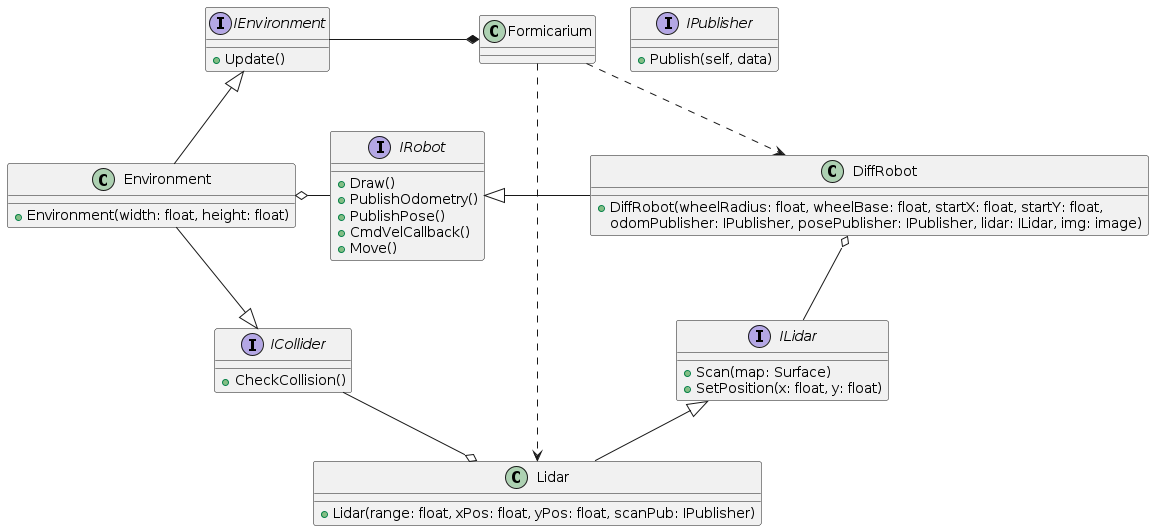
This is design/Classdiagram.png from TeamSolenopsis/Formicarium, a PlantUML export, as it was before one commit. Its diagram source:
```plantuml
@startuml

class Formicarium{

}

interface IEnvironment{
    +Update()
}

interface ICollider{
    +CheckCollision()
}

class Environment{
    +Environment(width: float, height: float)
}

interface IPublisher{
    +Publish(self, data)
}

interface IRobot{
    +Draw()
    +PublishOdometry()
    +PublishPose()
    +CmdVelCallback()
    +Move()
}

class DiffRobot{
    +DiffRobot(wheelRadius: float, wheelBase: float, startX: float, startY: float,
                 odomPublisher: IPublisher, posePublisher: IPublisher, lidar: ILidar, img: image)
}

interface ILidar{
    +Scan(map: Surface)
    +SetPosition(x: float, y: float)
}

class Lidar{
    +Lidar(range: float, xPos: float, yPos: float, scanPub: IPublisher)
}

IEnvironment <|-- Environment
ICollider <|-left- Environment
Formicarium *-left- IEnvironment
Environment o-right- IRobot

Formicarium ..> Lidar
Formicarium ..> DiffRobot

IRobot <|-right- DiffRobot
ILidar <|-- Lidar
DiffRobot o-- ILidar
Lidar o-left- ICollider



@enduml
```
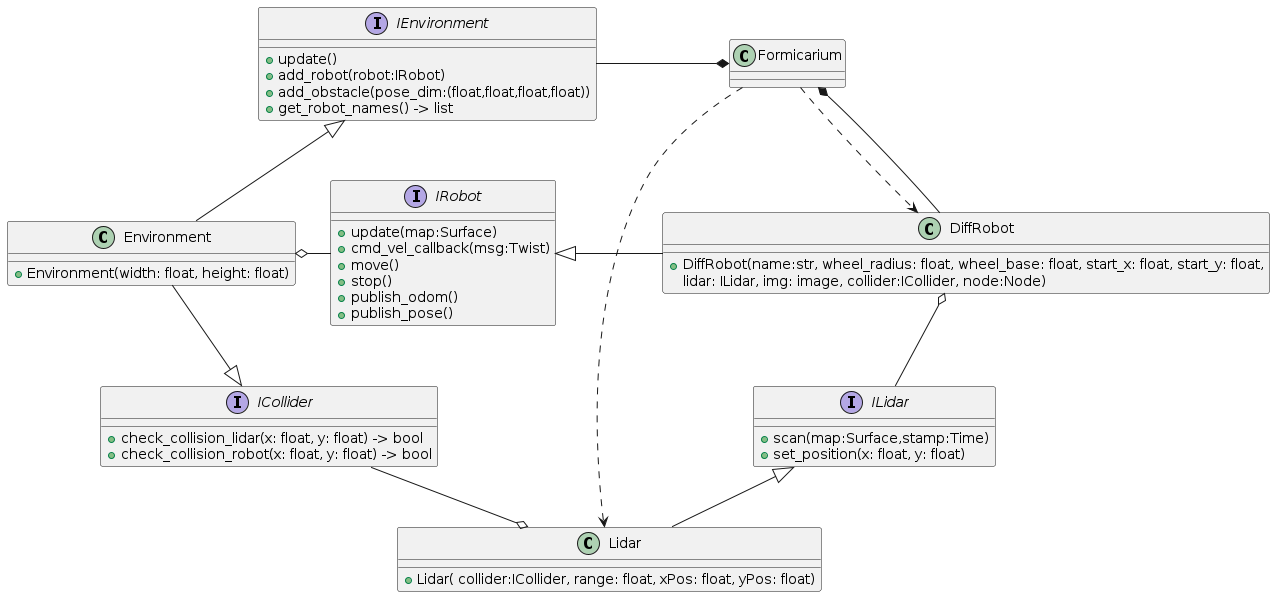
After the change.

Commit message:
update class diagram

What changed in the source:
```diff
@@ -1,45 +1,45 @@
 @startuml
-
 class Formicarium{
 
 }
 
 interface IEnvironment{
-    +Update()
+    +update()
+    +add_robot(robot:IRobot)
+    +add_obstacle(pose_dim:(float,float,float,float))
+    +get_robot_names() -> list
 }
 
 interface ICollider{
-    +CheckCollision()
+    +check_collision_lidar(x: float, y: float) -> bool
+    +check_collision_robot(x: float, y: float) -> bool
 }
 
 class Environment{
     +Environment(width: float, height: float)
 }
 
-interface IPublisher{
-    +Publish(self, data)
-}
-
 interface IRobot{
-    +Draw()
-    +PublishOdometry()
-    +PublishPose()
-    +CmdVelCallback()
-    +Move()
+    +update(map:Surface)
+    +cmd_vel_callback(msg:Twist)
+    +move()
+    +stop()
+    +publish_odom()
+    +publish_pose()
 }
 
 class DiffRobot{
-    +DiffRobot(wheelRadius: float, wheelBase: float, startX: float, startY: float,
-                 odomPublisher: IPublisher, posePublisher: IPublisher, lidar: ILidar, img: image)
+    +DiffRobot(name:str, wheel_radius: float, wheel_base: float, start_x: float, start_y: float,
+                 lidar: ILidar, img: image, collider:ICollider, node:Node)
 }
 
 interface ILidar{
-    +Scan(map: Surface)
-    +SetPosition(x: float, y: float)
+    +scan(map:Surface,stamp:Time)
+    +set_position(x: float, y: float)
 }
 
 class Lidar{
-    +Lidar(range: float, xPos: float, yPos: float, scanPub: IPublisher)
+    +Lidar( collider:ICollider, range: float, xPos: float, yPos: float)
 }
 
 IEnvironment <|-- Environment
@@ -55,6 +55,6 @@
 DiffRobot o-- ILidar
 Lidar o-left- ICollider
 
-
+Formicarium *-- DiffRobot
 
 @enduml
```
